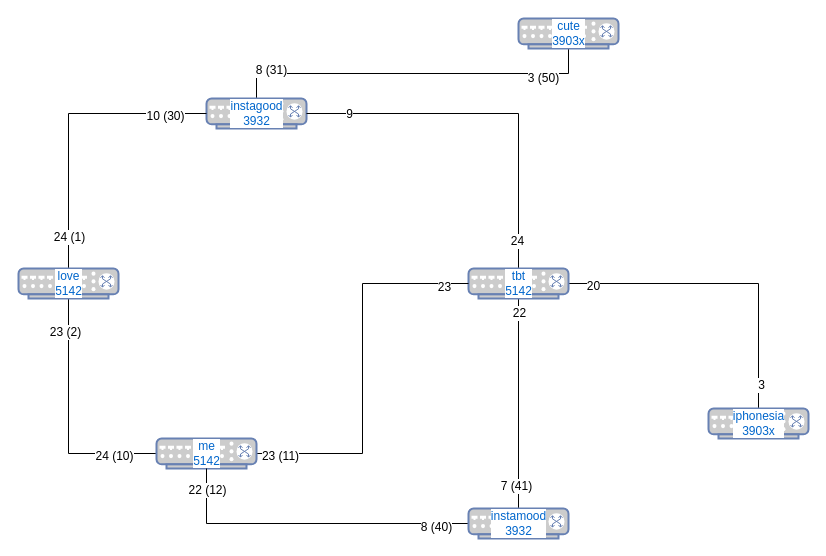
The draw.io diagram Acme Network.drawio in jgroom33/draw.io, before the edit. Source tidied: cells renumbered, new cells numbered last; positions are measured from the earlier drawing's top-left corner, leaving out a move shared by most shapes. Both pictures are drawn from the tidied source at 100%, with x=0, y=0 at pixel (18, 18).
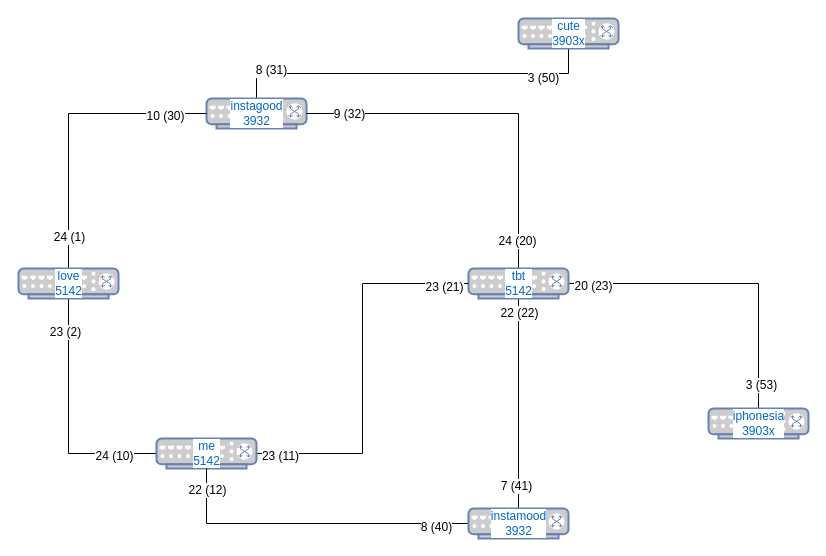
The same page after the edit.

Unchanged cells that the change refers to:
```xml
<mxCell id="6" style="edgeStyle=orthogonalEdgeStyle;rounded=0;jettySize=auto;html=1;exitX=0.5;exitY=0;exitDx=0;exitDy=0;exitPerimeter=0;entryX=1;entryY=0.5;entryDx=0;entryDy=0;entryPerimeter=0;endArrow=none;endFill=0;" parent="1" edge="1" source="15" target="5">
  <mxGeometry relative="1" as="geometry" />
</mxCell>
<mxCell id="9" style="edgeStyle=orthogonalEdgeStyle;rounded=0;jettySize=auto;html=1;exitX=0.5;exitY=1;exitDx=0;exitDy=0;exitPerimeter=0;entryX=0.5;entryY=0;entryDx=0;entryDy=0;entryPerimeter=0;endArrow=none;endFill=0;" parent="1" edge="1" source="15" target="31">
  <mxGeometry relative="1" as="geometry" />
</mxCell>
<mxCell id="12" style="edgeStyle=orthogonalEdgeStyle;rounded=0;jettySize=auto;html=1;exitX=1;exitY=0.5;exitDx=0;exitDy=0;exitPerimeter=0;entryX=0.5;entryY=0;entryDx=0;entryDy=0;entryPerimeter=0;endArrow=none;endFill=0;" parent="1" edge="1" source="15" target="32">
  <mxGeometry relative="1" as="geometry" />
</mxCell>
<mxCell id="24" style="edgeStyle=orthogonalEdgeStyle;rounded=0;jettySize=auto;html=1;exitX=1;exitY=0.5;exitDx=0;exitDy=0;exitPerimeter=0;entryX=0;entryY=0.5;entryDx=0;entryDy=0;entryPerimeter=0;endArrow=none;endFill=0;" parent="1" edge="1" source="27" target="15">
  <mxGeometry relative="1" as="geometry" />
</mxCell>
```

Change to the diagram source:
```diff
@@
-    <mxCell id="7" value="9" style="text;html=1;align=center;verticalAlign=middle;labelBackgroundColor=#ffffff;" parent="6" vertex="1">
+    <mxCell id="7" value="9 (32)" style="text;html=1;align=center;verticalAlign=middle;labelBackgroundColor=#ffffff;" parent="6" vertex="1">
       <mxGeometry x="0.77" relative="1" as="geometry" />
     </mxCell>
-    <mxCell id="8" value="24" style="text;html=1;align=center;verticalAlign=middle;labelBackgroundColor=#ffffff;" parent="6" vertex="1">
+    <mxCell id="8" value="24 (20)" style="text;html=1;align=center;verticalAlign=middle;labelBackgroundColor=#ffffff;" parent="6" vertex="1">
       <mxGeometry x="-0.85" y="2" relative="1" as="geometry" />
     </mxCell>
@@
-    <mxCell id="10" value="22" style="text;html=1;align=center;verticalAlign=middle;labelBackgroundColor=#ffffff;" parent="9" vertex="1">
+    <mxCell id="10" value="22 (22)" style="text;html=1;align=center;verticalAlign=middle;labelBackgroundColor=#ffffff;" parent="9" vertex="1">
       <mxGeometry x="-0.87" relative="1" as="geometry" />
     </mxCell>
@@
-    <mxCell id="13" value="20" style="text;html=1;align=center;verticalAlign=middle;labelBackgroundColor=#ffffff;" parent="12" vertex="1">
+    <mxCell id="13" value="20 (23)" style="text;html=1;align=center;verticalAlign=middle;labelBackgroundColor=#ffffff;" parent="12" vertex="1">
       <mxGeometry x="-0.85" y="-2" relative="1" as="geometry" />
     </mxCell>
-    <mxCell id="14" value="3" style="text;html=1;align=center;verticalAlign=middle;labelBackgroundColor=#ffffff;" parent="12" vertex="1">
+    <mxCell id="14" value="3 (53)" style="text;html=1;align=center;verticalAlign=middle;labelBackgroundColor=#ffffff;" parent="12" vertex="1">
       <mxGeometry x="0.85" y="2" relative="1" as="geometry" />
     </mxCell>
@@
-    <mxCell id="26" value="23" style="text;html=1;align=center;verticalAlign=middle;labelBackgroundColor=#ffffff;" parent="24" vertex="1">
+    <mxCell id="26" value="23 (21)" style="text;html=1;align=center;verticalAlign=middle;labelBackgroundColor=#ffffff;" parent="24" vertex="1">
       <mxGeometry x="0.87" y="-3" relative="1" as="geometry" />
     </mxCell>
```
